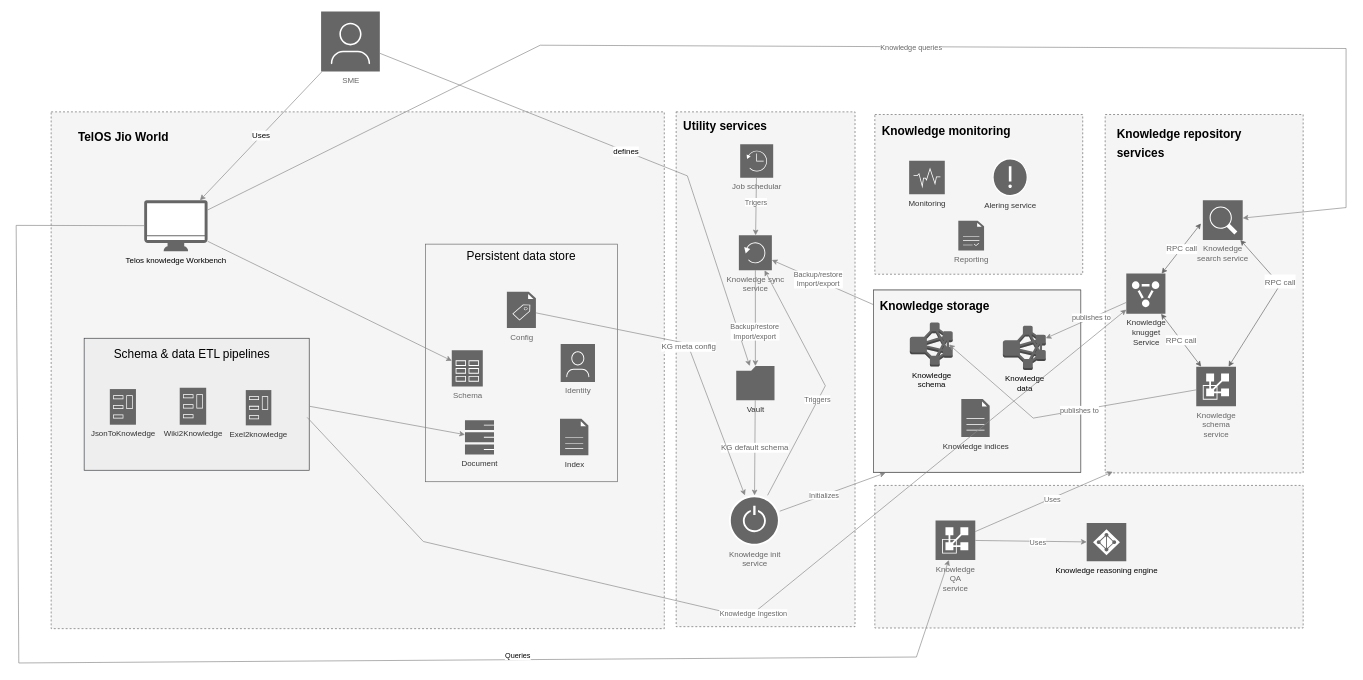
The draw.io diagram page "HLD" (2 of 6) of KnowledgeArchitecture.drawio in supriyopaul/diagrams, before the edit. Source tidied: cells renumbered, new cells numbered last; positions are measured from the earlier drawing's top-left corner, leaving out a move shared by most shapes. Both pictures are drawn from the tidied source at 66%, with x=0, y=0 at pixel (16, 11).
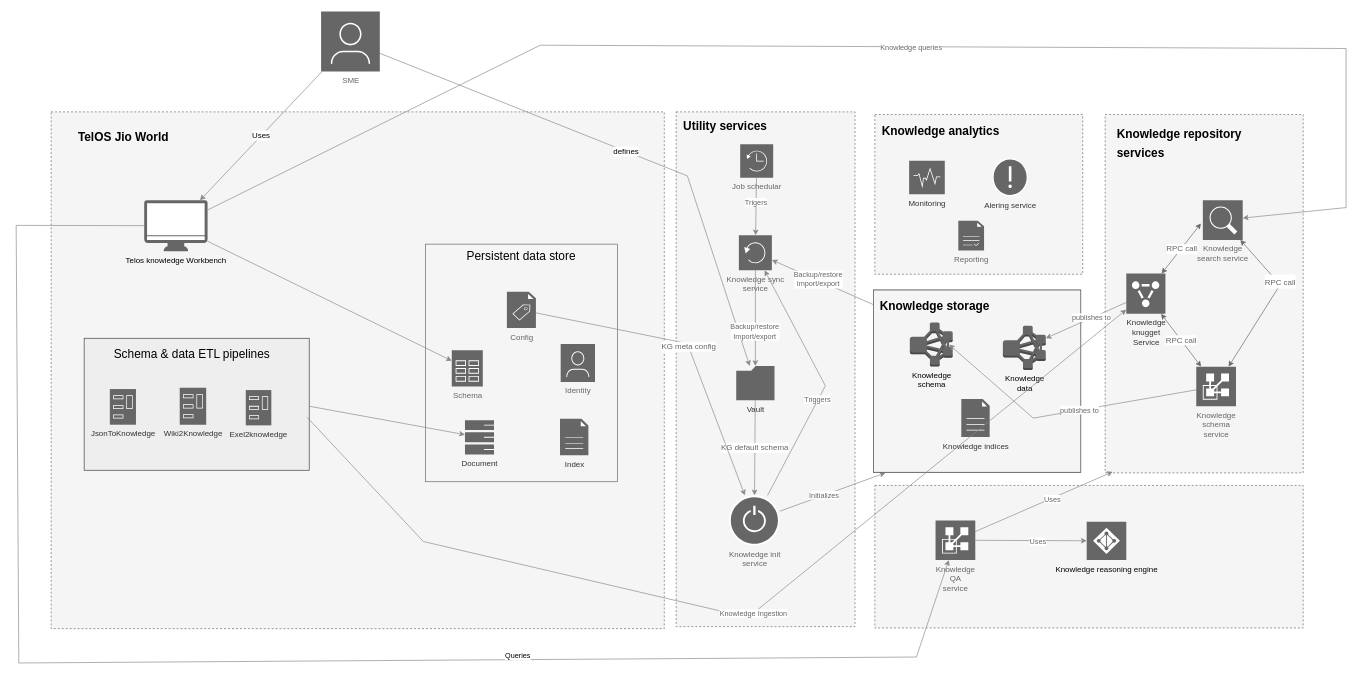
Above is the later version.

Unchanged cells that the change refers to:
```xml
<mxCell id="52" style="group;" parent="1" vertex="1">
  <mxGeometry x="1301" y="156" width="315" height="242" as="geometry" />
</mxCell>
```

Diff of the diagram source:
```diff
@@
-    <mxCell id="56" value="&lt;h1&gt;&lt;font style=&quot;font-size: 18px;&quot;&gt;Knowledge monitoring&lt;/font&gt;&lt;/h1&gt;" style="text;html=1;strokeColor=none;fillColor=none;spacing=5;spacingTop=-20;whiteSpace=wrap;overflow=hidden;rounded=0;" parent="52" vertex="1">
+    <mxCell id="56" value="&lt;h1&gt;&lt;font style=&quot;font-size: 18px;&quot;&gt;Knowledge analytics&lt;/font&gt;&lt;/h1&gt;" style="text;html=1;strokeColor=none;fillColor=none;spacing=5;spacingTop=-20;whiteSpace=wrap;overflow=hidden;rounded=0;" parent="52" vertex="1">
       <mxGeometry x="6" y="4" width="250" height="47" as="geometry" />
     </mxCell>
@@
     <mxCell id="67" value="Knowledge reasoning engine" style="sketch=0;shadow=0;dashed=0;html=1;strokeColor=none;fillColor=#666666;labelPosition=center;verticalLabelPosition=bottom;verticalAlign=top;align=center;outlineConnect=0;shape=mxgraph.veeam2.microsoft_active_directory;" parent="1" vertex="1">
-      <mxGeometry x="1622" y="775" width="60" height="58" as="geometry" />
+      <mxGeometry x="1622" y="773" width="60" height="58" as="geometry" />
     </mxCell>
```
